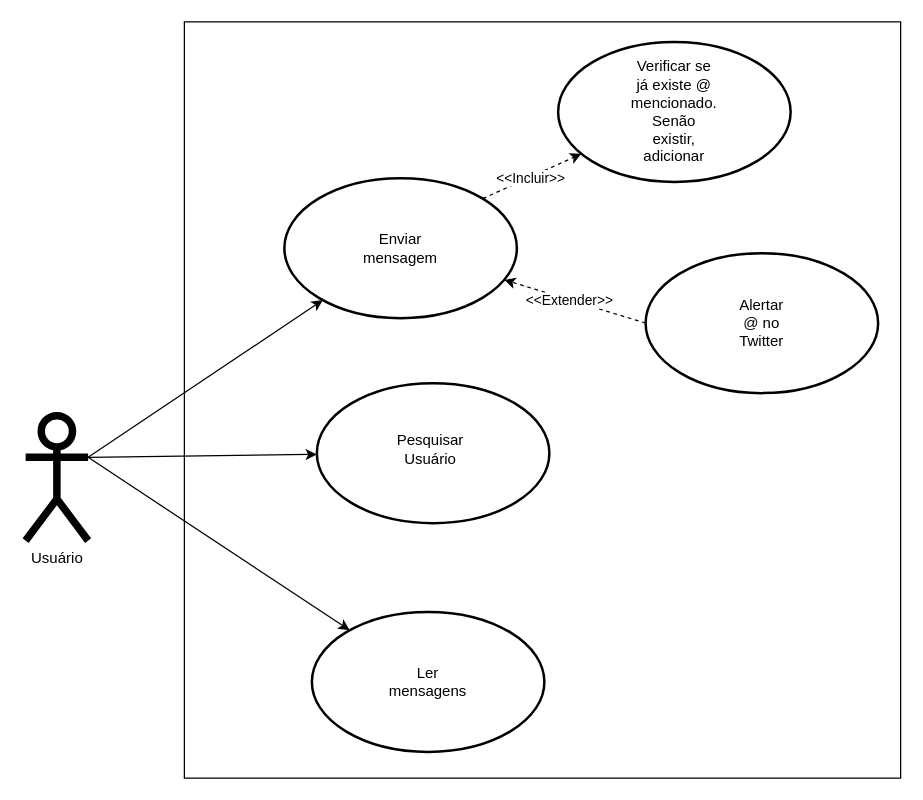
The draw.io diagram docs/TCC - Diagrama de Caso de Uso V1.0.0.drawio in dougpessoa/tcc, before the edit. Source tidied: cells renumbered, new cells numbered last; positions are measured from the earlier drawing's top-left corner, leaving out a move shared by most shapes. Both pictures are drawn from the tidied source at 125%, with x=0, y=0 at pixel (25, 21).
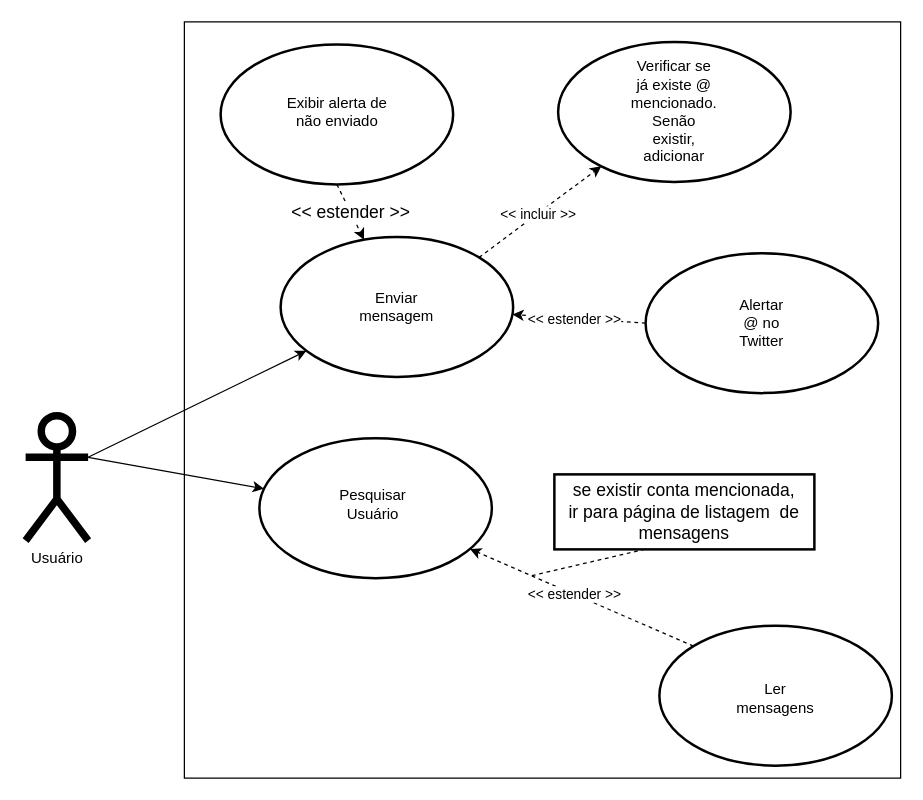
After the change.

The change refers to these unchanged cells:
```xml
<mxCell id="6" value="Usuário" style="shape=umlActor;verticalLabelPosition=bottom;verticalAlign=top;html=1;outlineConnect=0;fillColor=#ffffff;strokeWidth=6;" parent="1" vertex="1">
  <mxGeometry y="315" width="50" height="100" as="geometry" />
</mxCell>
<mxCell id="7" style="edgeStyle=none;rounded=0;jettySize=auto;html=1;exitX=1;exitY=0;exitDx=0;exitDy=0;jumpStyle=none;sketch=0;shadow=0;dashed=1;" parent="1" edge="1" source="9" target="19">
  <mxGeometry relative="1" as="geometry" />
</mxCell>
<mxCell id="15" style="edgeStyle=none;rounded=0;sketch=0;jumpStyle=none;jettySize=auto;html=1;exitX=0;exitY=0.5;exitDx=0;exitDy=0;shadow=0;dashed=1;" parent="1" edge="1" source="17" target="9">
  <mxGeometry relative="1" as="geometry" />
</mxCell>
```

The edit, as a diff of the source:
```diff
@@
-    <mxCell id="5" style="edgeStyle=none;rounded=0;jettySize=auto;html=1;exitX=1;exitY=0.3333333333333333;exitDx=0;exitDy=0;exitPerimeter=0;" parent="1" edge="1" source="6" target="13">
-      <mxGeometry relative="1" as="geometry" />
-    </mxCell>
@@
-    <mxCell id="8" value="&amp;lt;&amp;lt;Incluir&amp;gt;&amp;gt;" style="edgeLabel;html=1;align=center;verticalAlign=middle;" parent="7" vertex="1">
+    <mxCell id="8" value="&amp;lt;&amp;lt; incluir &amp;gt;&amp;gt;" style="edgeLabel;html=1;align=center;verticalAlign=middle;" parent="7" vertex="1">
       <mxGeometry x="-0.05" relative="1" as="geometry" />
     </mxCell>
     <mxCell id="9" style="ellipse;whiteSpace=wrap;html=1;strokeWidth=2;fillColor=#ffffff;" parent="1" vertex="1">
-      <mxGeometry x="207" y="125" width="186" height="112" as="geometry" />
+      <mxGeometry x="204" y="172" width="186" height="112" as="geometry" />
     </mxCell>
     <mxCell id="10" value="Enviar mensagem" style="text;html=1;strokeColor=none;fillColor=none;align=center;verticalAlign=middle;whiteSpace=wrap;rounded=0;" parent="1" vertex="1">
-      <mxGeometry x="280" y="167.5" width="40" height="27" as="geometry" />
+      <mxGeometry x="277" y="214.5" width="40" height="27" as="geometry" />
     </mxCell>
     <mxCell id="11" style="ellipse;whiteSpace=wrap;html=1;strokeWidth=2;fillColor=#ffffff;" parent="1" vertex="1">
-      <mxGeometry x="233" y="289" width="186" height="112" as="geometry" />
+      <mxGeometry x="187" y="333" width="186" height="112" as="geometry" />
     </mxCell>
     <mxCell id="12" value="Pesquisar Usuário" style="text;html=1;strokeColor=none;fillColor=none;align=center;verticalAlign=middle;whiteSpace=wrap;rounded=0;" parent="1" vertex="1">
-      <mxGeometry x="304" y="332" width="40" height="20" as="geometry" />
+      <mxGeometry x="258" y="376" width="40" height="20" as="geometry" />
     </mxCell>
+    <mxCell id="21" style="edgeStyle=none;rounded=0;sketch=0;jumpStyle=none;jettySize=auto;html=1;exitX=0;exitY=0;exitDx=0;exitDy=0;shadow=0;dashed=1;" parent="1" edge="1" source="13" target="11">
+      <mxGeometry relative="1" as="geometry" />
+    </mxCell>
+    <mxCell id="22" value="&amp;lt;&amp;lt; estender &amp;gt;&amp;gt;" style="edgeLabel;html=1;align=center;verticalAlign=middle;" parent="21" vertex="1">
+      <mxGeometry x="0.07" relative="1" as="geometry" />
+    </mxCell>
     <mxCell id="13" style="ellipse;whiteSpace=wrap;html=1;strokeWidth=2;fillColor=#ffffff;" parent="1" vertex="1">
-      <mxGeometry x="229" y="472" width="186" height="112" as="geometry" />
+      <mxGeometry x="507" y="483" width="186" height="112" as="geometry" />
     </mxCell>
     <mxCell id="14" value="Ler mensagens" style="text;html=1;strokeColor=none;fillColor=none;align=center;verticalAlign=middle;whiteSpace=wrap;rounded=0;" parent="1" vertex="1">
-      <mxGeometry x="302" y="518" width="40" height="20" as="geometry" />
+      <mxGeometry x="580" y="531" width="40" height="20" as="geometry" />
     </mxCell>
@@
-    <mxCell id="16" value="&amp;lt;&amp;lt;Extender&amp;gt;&amp;gt;" style="edgeLabel;html=1;align=center;verticalAlign=middle;" parent="15" vertex="1">
+    <mxCell id="16" value="&amp;lt;&amp;lt; estender &amp;gt;&amp;gt;" style="edgeLabel;html=1;align=center;verticalAlign=middle;" parent="15" vertex="1">
       <mxGeometry x="0.09" relative="1" as="geometry" />
     </mxCell>
@@
+    <mxCell id="23" style="edgeStyle=none;rounded=0;sketch=0;jumpStyle=none;orthogonalLoop=1;jettySize=auto;html=1;exitX=0.5;exitY=1;exitDx=0;exitDy=0;shadow=0;dashed=1;" parent="1" edge="1" source="14" target="14">
+      <mxGeometry relative="1" as="geometry" />
+    </mxCell>
+    <mxCell id="24" value="&lt;span&gt;se existir conta mencionada,&lt;/span&gt;&lt;br&gt;&lt;span&gt;ir para página de listagem&amp;nbsp; de mensagens&lt;/span&gt;" style="rounded=0;whiteSpace=wrap;html=1;fontSize=14;strokeWidth=2;fillColor=#ffffff;" parent="1" vertex="1">
+      <mxGeometry x="423" y="362" width="208" height="60" as="geometry" />
+    </mxCell>
+    <mxCell id="25" style="endArrow=none;dashed=1;html=1;shadow=0;fontSize=14;entryX=0.352;entryY=0.996;entryDx=0;entryDy=0;entryPerimeter=0;" parent="1" edge="1" target="24">
+      <mxGeometry relative="1" as="geometry">
+        <mxPoint x="405" y="443" as="sourcePoint" />
+      </mxGeometry>
+    </mxCell>
+    <mxCell id="26" value="&amp;lt;&amp;lt; estender &amp;gt;&amp;gt;" style="edgeStyle=none;rounded=0;sketch=0;jumpStyle=none;jettySize=auto;html=1;exitX=0.5;exitY=1;exitDx=0;exitDy=0;shadow=0;dashed=1;fontSize=14;" parent="1" edge="1" source="27" target="9">
+      <mxGeometry relative="1" as="geometry" />
+    </mxCell>
+    <mxCell id="27" style="ellipse;whiteSpace=wrap;html=1;strokeWidth=2;fillColor=#ffffff;" parent="1" vertex="1">
+      <mxGeometry x="156" y="18" width="186" height="112" as="geometry" />
+    </mxCell>
+    <mxCell id="28" value="Exibir alerta de não enviado" style="text;html=1;strokeColor=none;fillColor=none;align=center;verticalAlign=middle;whiteSpace=wrap;rounded=0;" parent="1" vertex="1">
+      <mxGeometry x="198.5" y="58.5" width="101" height="27" as="geometry" />
+    </mxCell>
```
